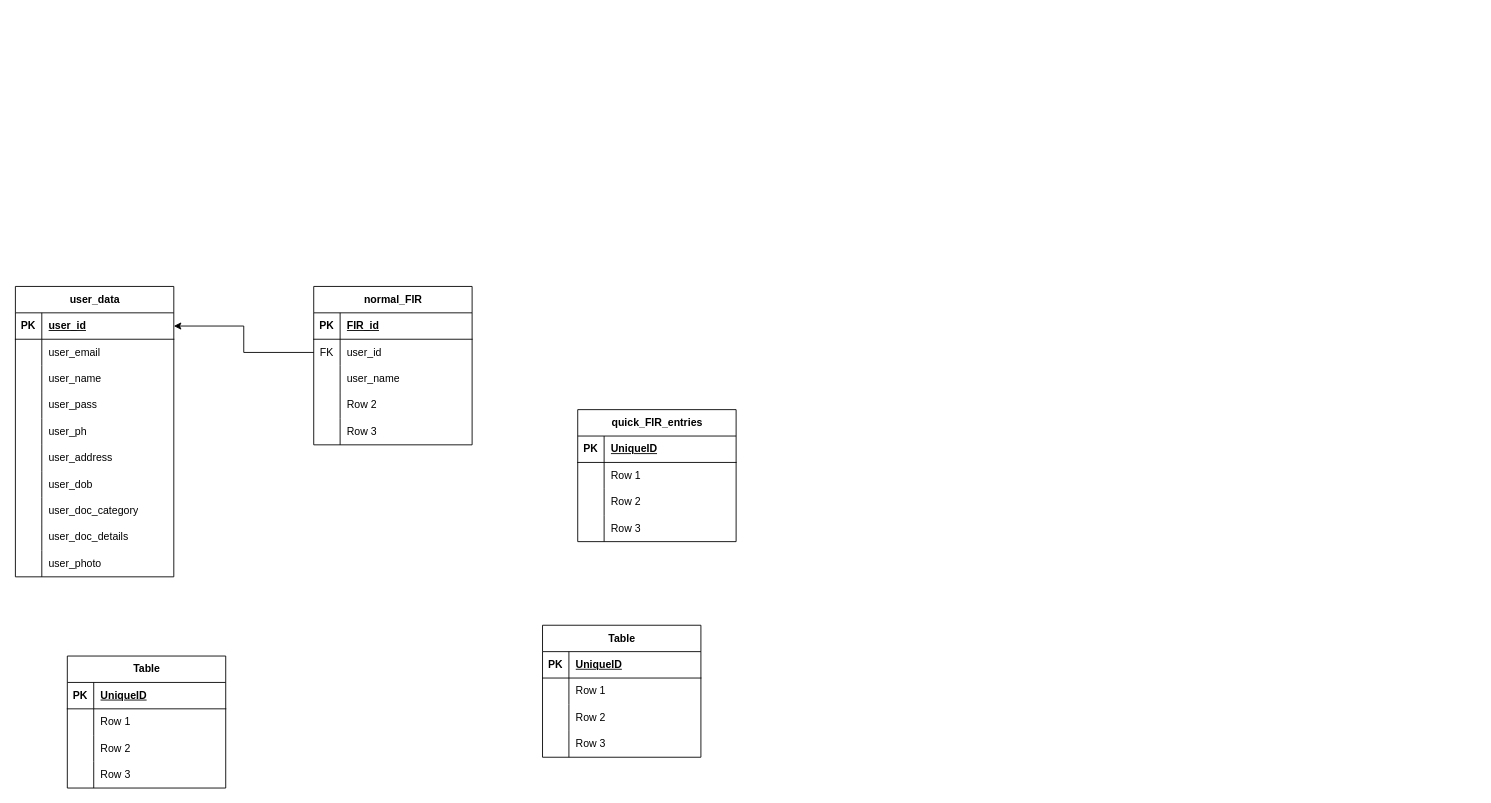
AKA-RONY/Minor_Project-demo-sketch keeps this draw.io diagram as erd_java_minor_project.drawio. Above is the earlier version. Source tidied: cells renumbered, new cells numbered last; positions are measured from the earlier drawing's top-left corner, leaving out a move shared by most shapes. Both pictures are drawn from the tidied source at 88%, with x=0, y=0 at pixel (15, 286).
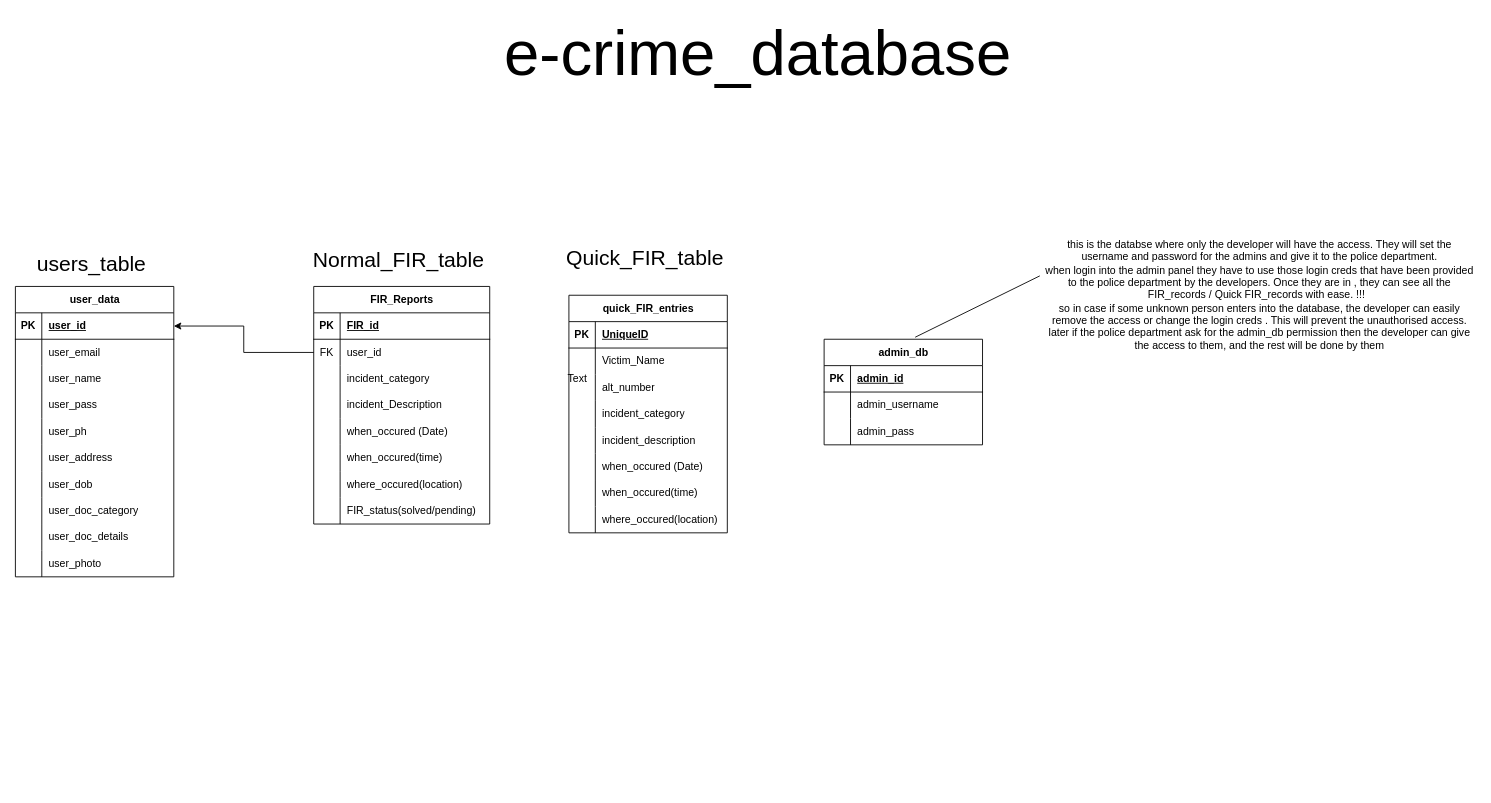
The same page after the edit.

Unchanged cells that the change refers to:
```xml
<mxCell id="37" style="shape=tableRow;horizontal=0;startSize=0;swimlaneHead=0;swimlaneBody=0;fillColor=none;top=0;left=0;right=0;bottom=0;" parent="33" vertex="1">
  <mxGeometry y="60" width="180" height="30" as="geometry" />
</mxCell>
<mxCell id="40" style="shape=tableRow;horizontal=0;startSize=0;swimlaneHead=0;swimlaneBody=0;fillColor=none;top=0;left=0;right=0;bottom=0;" parent="33" vertex="1">
  <mxGeometry y="90" width="180" height="30" as="geometry" />
</mxCell>
<mxCell id="43" style="shape=tableRow;horizontal=0;startSize=0;swimlaneHead=0;swimlaneBody=0;fillColor=none;top=0;left=0;right=0;bottom=0;" parent="33" vertex="1">
  <mxGeometry y="120" width="180" height="30" as="geometry" />
</mxCell>
<mxCell id="60" style="shape=tableRow;horizontal=0;startSize=0;swimlaneHead=0;swimlaneBody=0;fillColor=none;top=0;left=0;right=0;bottom=1;" parent="59" vertex="1">
  <mxGeometry y="30" width="180" height="30" as="geometry" />
</mxCell>
<mxCell id="63" style="shape=tableRow;horizontal=0;startSize=0;swimlaneHead=0;swimlaneBody=0;fillColor=none;top=0;left=0;right=0;bottom=0;" parent="59" vertex="1">
  <mxGeometry y="60" width="180" height="30" as="geometry" />
</mxCell>
<mxCell id="66" style="shape=tableRow;horizontal=0;startSize=0;swimlaneHead=0;swimlaneBody=0;fillColor=none;top=0;left=0;right=0;bottom=0;" parent="59" vertex="1">
  <mxGeometry y="90" width="180" height="30" as="geometry" />
</mxCell>
```

Diff of the diagram source:
```diff
@@
     <mxCell id="33" value="quick_FIR_entries" style="shape=table;startSize=30;childLayout=tableLayout;rowLines=0;fontStyle=1;align=center;html=1;" parent="1" vertex="1">
-      <mxGeometry x="639" y="140" width="180" height="150" as="geometry" />
+      <mxGeometry x="629" y="10" width="180" height="270" as="geometry" />
     </mxCell>
@@
-    <mxCell id="39" value="Row 1" style="shape=partialRectangle;fillColor=none;top=0;left=0;bottom=0;right=0;align=left;spacingLeft=6;overflow=hidden;whiteSpace=wrap;html=1;" parent="37" vertex="1">
+    <mxCell id="39" value="Victim_Name" style="shape=partialRectangle;fillColor=none;top=0;left=0;bottom=0;right=0;align=left;spacingLeft=6;overflow=hidden;whiteSpace=wrap;html=1;" parent="37" vertex="1">
       <mxGeometry x="30" width="150" height="30" as="geometry" />
     </mxCell>
@@
-    <mxCell id="42" value="Row 2" style="shape=partialRectangle;fillColor=none;top=0;left=0;bottom=0;right=0;align=left;spacingLeft=6;overflow=hidden;whiteSpace=wrap;html=1;" parent="40" vertex="1">
+    <mxCell id="42" value="alt_number" style="shape=partialRectangle;fillColor=none;top=0;left=0;bottom=0;right=0;align=left;spacingLeft=6;overflow=hidden;whiteSpace=wrap;html=1;" parent="40" vertex="1">
       <mxGeometry x="30" width="150" height="30" as="geometry" />
     </mxCell>
@@
-    <mxCell id="45" value="Row 3" style="shape=partialRectangle;fillColor=none;top=0;left=0;bottom=0;right=0;align=left;spacingLeft=6;overflow=hidden;whiteSpace=wrap;html=1;" parent="43" vertex="1">
+    <mxCell id="45" value="incident_category" style="shape=partialRectangle;fillColor=none;top=0;left=0;bottom=0;right=0;align=left;spacingLeft=6;overflow=hidden;whiteSpace=wrap;html=1;" parent="43" vertex="1">
       <mxGeometry x="30" width="150" height="30" as="geometry" />
     </mxCell>
-    <mxCell id="46" value="Table" style="shape=table;startSize=30;childLayout=tableLayout;rowLines=0;fontStyle=1;align=center;html=1;" parent="1" vertex="1">
-      <mxGeometry x="59" y="420" width="180" height="150" as="geometry" />
-    </mxCell>
-    <mxCell id="47" style="shape=tableRow;horizontal=0;startSize=0;swimlaneHead=0;swimlaneBody=0;fillColor=none;top=0;left=0;right=0;bottom=1;" parent="46" vertex="1">
-      <mxGeometry y="30" width="180" height="30" as="geometry" />
-    </mxCell>
-    <mxCell id="48" value="PK" style="shape=partialRectangle;fillColor=none;top=0;left=0;bottom=0;right=0;fontStyle=1;overflow=hidden;whiteSpace=wrap;html=1;" parent="47" vertex="1">
-      <mxGeometry width="30" height="30" as="geometry" />
-    </mxCell>
-    <mxCell id="49" value="UniqueID" style="shape=partialRectangle;fillColor=none;top=0;left=0;bottom=0;right=0;align=left;spacingLeft=6;fontStyle=5;overflow=hidden;whiteSpace=wrap;html=1;" parent="47" vertex="1">
-      <mxGeometry x="30" width="150" height="30" as="geometry" />
-    </mxCell>
-    <mxCell id="50" style="shape=tableRow;horizontal=0;startSize=0;swimlaneHead=0;swimlaneBody=0;fillColor=none;top=0;left=0;right=0;bottom=0;" parent="46" vertex="1">
-      <mxGeometry y="60" width="180" height="30" as="geometry" />
-    </mxCell>
-    <mxCell id="51" style="shape=partialRectangle;fillColor=none;top=0;left=0;bottom=0;right=0;overflow=hidden;whiteSpace=wrap;html=1;" parent="50" vertex="1">
-      <mxGeometry width="30" height="30" as="geometry" />
-    </mxCell>
-    <mxCell id="52" value="Row 1" style="shape=partialRectangle;fillColor=none;top=0;left=0;bottom=0;right=0;align=left;spacingLeft=6;overflow=hidden;whiteSpace=wrap;html=1;" parent="50" vertex="1">
-      <mxGeometry x="30" width="150" height="30" as="geometry" />
-    </mxCell>
-    <mxCell id="53" style="shape=tableRow;horizontal=0;startSize=0;swimlaneHead=0;swimlaneBody=0;fillColor=none;top=0;left=0;right=0;bottom=0;" parent="46" vertex="1">
-      <mxGeometry y="90" width="180" height="30" as="geometry" />
-    </mxCell>
-    <mxCell id="54" style="shape=partialRectangle;fillColor=none;top=0;left=0;bottom=0;right=0;overflow=hidden;whiteSpace=wrap;html=1;" parent="53" vertex="1">
-      <mxGeometry width="30" height="30" as="geometry" />
-    </mxCell>
-    <mxCell id="55" value="Row 2" style="shape=partialRectangle;fillColor=none;top=0;left=0;bottom=0;right=0;align=left;spacingLeft=6;overflow=hidden;whiteSpace=wrap;html=1;" parent="53" vertex="1">
-      <mxGeometry x="30" width="150" height="30" as="geometry" />
-    </mxCell>
-    <mxCell id="56" style="shape=tableRow;horizontal=0;startSize=0;swimlaneHead=0;swimlaneBody=0;fillColor=none;top=0;left=0;right=0;bottom=0;" parent="46" vertex="1">
-      <mxGeometry y="120" width="180" height="30" as="geometry" />
-    </mxCell>
-    <mxCell id="57" style="shape=partialRectangle;fillColor=none;top=0;left=0;bottom=0;right=0;overflow=hidden;whiteSpace=wrap;html=1;" parent="56" vertex="1">
-      <mxGeometry width="30" height="30" as="geometry" />
-    </mxCell>
-    <mxCell id="58" value="Row 3" style="shape=partialRectangle;fillColor=none;top=0;left=0;bottom=0;right=0;align=left;spacingLeft=6;overflow=hidden;whiteSpace=wrap;html=1;" parent="56" vertex="1">
-      <mxGeometry x="30" width="150" height="30" as="geometry" />
-    </mxCell>
+    <mxCell id="89" style="shape=tableRow;horizontal=0;startSize=0;swimlaneHead=0;swimlaneBody=0;fillColor=none;top=0;left=0;right=0;bottom=0;" parent="33" vertex="1">
+      <mxGeometry y="150" width="180" height="30" as="geometry" />
+    </mxCell>
+    <mxCell id="90" style="shape=partialRectangle;fillColor=none;top=0;left=0;bottom=0;right=0;overflow=hidden;whiteSpace=wrap;html=1;" parent="89" vertex="1">
+      <mxGeometry width="30" height="30" as="geometry" />
+    </mxCell>
+    <mxCell id="91" value="incident_description" style="shape=partialRectangle;fillColor=none;top=0;left=0;bottom=0;right=0;align=left;spacingLeft=6;overflow=hidden;whiteSpace=wrap;html=1;" parent="89" vertex="1">
+      <mxGeometry x="30" width="150" height="30" as="geometry" />
+    </mxCell>
+    <mxCell id="92" style="shape=tableRow;horizontal=0;startSize=0;swimlaneHead=0;swimlaneBody=0;fillColor=none;top=0;left=0;right=0;bottom=0;" parent="33" vertex="1">
+      <mxGeometry y="180" width="180" height="30" as="geometry" />
+    </mxCell>
+    <mxCell id="93" style="shape=partialRectangle;fillColor=none;top=0;left=0;bottom=0;right=0;overflow=hidden;whiteSpace=wrap;html=1;" parent="92" vertex="1">
+      <mxGeometry width="30" height="30" as="geometry" />
+    </mxCell>
+    <mxCell id="94" value="when_occured (Date)" style="shape=partialRectangle;fillColor=none;top=0;left=0;bottom=0;right=0;align=left;spacingLeft=6;overflow=hidden;whiteSpace=wrap;html=1;" parent="92" vertex="1">
+      <mxGeometry x="30" width="150" height="30" as="geometry" />
+    </mxCell>
+    <mxCell id="95" style="shape=tableRow;horizontal=0;startSize=0;swimlaneHead=0;swimlaneBody=0;fillColor=none;top=0;left=0;right=0;bottom=0;" parent="33" vertex="1">
+      <mxGeometry y="210" width="180" height="30" as="geometry" />
+    </mxCell>
+    <mxCell id="96" style="shape=partialRectangle;fillColor=none;top=0;left=0;bottom=0;right=0;overflow=hidden;whiteSpace=wrap;html=1;" parent="95" vertex="1">
+      <mxGeometry width="30" height="30" as="geometry" />
+    </mxCell>
+    <mxCell id="97" value="when_occured(time)" style="shape=partialRectangle;fillColor=none;top=0;left=0;bottom=0;right=0;align=left;spacingLeft=6;overflow=hidden;whiteSpace=wrap;html=1;" parent="95" vertex="1">
+      <mxGeometry x="30" width="150" height="30" as="geometry" />
+    </mxCell>
+    <mxCell id="98" style="shape=tableRow;horizontal=0;startSize=0;swimlaneHead=0;swimlaneBody=0;fillColor=none;top=0;left=0;right=0;bottom=0;" parent="33" vertex="1">
+      <mxGeometry y="240" width="180" height="30" as="geometry" />
+    </mxCell>
+    <mxCell id="99" style="shape=partialRectangle;fillColor=none;top=0;left=0;bottom=0;right=0;overflow=hidden;whiteSpace=wrap;html=1;" parent="98" vertex="1">
+      <mxGeometry width="30" height="30" as="geometry" />
+    </mxCell>
+    <mxCell id="100" value="where_occured(location)" style="shape=partialRectangle;fillColor=none;top=0;left=0;bottom=0;right=0;align=left;spacingLeft=6;overflow=hidden;whiteSpace=wrap;html=1;" parent="98" vertex="1">
+      <mxGeometry x="30" width="150" height="30" as="geometry" />
+    </mxCell>
-    <mxCell id="59" value="Table" style="shape=table;startSize=30;childLayout=tableLayout;rowLines=0;fontStyle=1;align=center;html=1;" parent="1" vertex="1">
-      <mxGeometry x="599" y="385" width="180" height="150" as="geometry" />
+    <mxCell id="59" value="admin_db" style="shape=table;startSize=30;childLayout=tableLayout;rowLines=0;fontStyle=1;align=center;html=1;" parent="1" vertex="1">
+      <mxGeometry x="919" y="60" width="180" height="120" as="geometry" />
     </mxCell>
@@
-    <mxCell id="62" value="UniqueID" style="shape=partialRectangle;fillColor=none;top=0;left=0;bottom=0;right=0;align=left;spacingLeft=6;fontStyle=5;overflow=hidden;whiteSpace=wrap;html=1;" parent="60" vertex="1">
+    <mxCell id="62" value="admin_id" style="shape=partialRectangle;fillColor=none;top=0;left=0;bottom=0;right=0;align=left;spacingLeft=6;fontStyle=5;overflow=hidden;whiteSpace=wrap;html=1;" parent="60" vertex="1">
       <mxGeometry x="30" width="150" height="30" as="geometry" />
     </mxCell>
@@
-    <mxCell id="65" value="Row 1" style="shape=partialRectangle;fillColor=none;top=0;left=0;bottom=0;right=0;align=left;spacingLeft=6;overflow=hidden;whiteSpace=wrap;html=1;" parent="63" vertex="1">
+    <mxCell id="65" value="admin_username" style="shape=partialRectangle;fillColor=none;top=0;left=0;bottom=0;right=0;align=left;spacingLeft=6;overflow=hidden;whiteSpace=wrap;html=1;" parent="63" vertex="1">
       <mxGeometry x="30" width="150" height="30" as="geometry" />
     </mxCell>
@@
-    <mxCell id="68" value="Row 2" style="shape=partialRectangle;fillColor=none;top=0;left=0;bottom=0;right=0;align=left;spacingLeft=6;overflow=hidden;whiteSpace=wrap;html=1;" parent="66" vertex="1">
+    <mxCell id="68" value="admin_pass" style="shape=partialRectangle;fillColor=none;top=0;left=0;bottom=0;right=0;align=left;spacingLeft=6;overflow=hidden;whiteSpace=wrap;html=1;" parent="66" vertex="1">
       <mxGeometry x="30" width="150" height="30" as="geometry" />
     </mxCell>
-    <mxCell id="69" style="shape=tableRow;horizontal=0;startSize=0;swimlaneHead=0;swimlaneBody=0;fillColor=none;top=0;left=0;right=0;bottom=0;" parent="59" vertex="1">
-      <mxGeometry y="120" width="180" height="30" as="geometry" />
-    </mxCell>
-    <mxCell id="70" style="shape=partialRectangle;fillColor=none;top=0;left=0;bottom=0;right=0;overflow=hidden;whiteSpace=wrap;html=1;" parent="69" vertex="1">
-      <mxGeometry width="30" height="30" as="geometry" />
-    </mxCell>
-    <mxCell id="71" value="Row 3" style="shape=partialRectangle;fillColor=none;top=0;left=0;bottom=0;right=0;align=left;spacingLeft=6;overflow=hidden;whiteSpace=wrap;html=1;" parent="69" vertex="1">
-      <mxGeometry x="30" width="150" height="30" as="geometry" />
-    </mxCell>
-    <mxCell id="72" value="normal_FIR" style="shape=table;startSize=30;childLayout=tableLayout;rowLines=0;fontStyle=1;align=center;html=1;" parent="1" vertex="1">
-      <mxGeometry x="339" width="180" height="180" as="geometry" />
+    <mxCell id="72" value="FIR_Reports" style="shape=table;startSize=30;childLayout=tableLayout;rowLines=0;fontStyle=1;align=center;html=1;" parent="1" vertex="1">
+      <mxGeometry x="339" width="200" height="270" as="geometry" />
     </mxCell>
     <mxCell id="73" style="shape=tableRow;horizontal=0;startSize=0;swimlaneHead=0;swimlaneBody=0;fillColor=none;top=0;left=0;right=0;bottom=1;" parent="72" vertex="1">
-      <mxGeometry y="30" width="180" height="30" as="geometry" />
+      <mxGeometry y="30" width="200" height="30" as="geometry" />
     </mxCell>
@@
     <mxCell id="75" value="FIR_id" style="shape=partialRectangle;fillColor=none;top=0;left=0;bottom=0;right=0;align=left;spacingLeft=6;fontStyle=5;overflow=hidden;whiteSpace=wrap;html=1;" parent="73" vertex="1">
-      <mxGeometry x="30" width="150" height="30" as="geometry" />
+      <mxGeometry x="30" width="170" height="30" as="geometry" />
     </mxCell>
     <mxCell id="76" style="shape=tableRow;horizontal=0;startSize=0;swimlaneHead=0;swimlaneBody=0;fillColor=none;points=[[0,0.5],[1,0.5]];portConstraint=eastwest;top=0;left=0;right=0;bottom=0;" parent="72" vertex="1">
-      <mxGeometry y="60" width="180" height="30" as="geometry" />
+      <mxGeometry y="60" width="200" height="30" as="geometry" />
     </mxCell>
@@
     <mxCell id="78" value="user_id" style="shape=partialRectangle;fillColor=none;top=0;left=0;bottom=0;right=0;align=left;spacingLeft=6;overflow=hidden;whiteSpace=wrap;html=1;" parent="76" vertex="1">
-      <mxGeometry x="30" width="150" height="30" as="geometry" />
+      <mxGeometry x="30" width="170" height="30" as="geometry" />
     </mxCell>
     <mxCell id="79" style="shape=tableRow;horizontal=0;startSize=0;swimlaneHead=0;swimlaneBody=0;fillColor=none;top=0;left=0;right=0;bottom=0;" parent="72" vertex="1">
-      <mxGeometry y="90" width="180" height="30" as="geometry" />
+      <mxGeometry y="90" width="200" height="30" as="geometry" />
     </mxCell>
@@
-    <mxCell id="81" value="user_name" style="shape=partialRectangle;fillColor=none;top=0;left=0;bottom=0;right=0;align=left;spacingLeft=6;overflow=hidden;whiteSpace=wrap;html=1;" parent="79" vertex="1">
-      <mxGeometry x="30" width="150" height="30" as="geometry" />
+    <mxCell id="81" value="incident_category" style="shape=partialRectangle;fillColor=none;top=0;left=0;bottom=0;right=0;align=left;spacingLeft=6;overflow=hidden;whiteSpace=wrap;html=1;" parent="79" vertex="1">
+      <mxGeometry x="30" width="170" height="30" as="geometry" />
     </mxCell>
     <mxCell id="82" style="shape=tableRow;horizontal=0;startSize=0;swimlaneHead=0;swimlaneBody=0;fillColor=none;top=0;left=0;right=0;bottom=0;" parent="72" vertex="1">
-      <mxGeometry y="120" width="180" height="30" as="geometry" />
+      <mxGeometry y="120" width="200" height="30" as="geometry" />
     </mxCell>
@@
-    <mxCell id="84" value="Row 2" style="shape=partialRectangle;fillColor=none;top=0;left=0;bottom=0;right=0;align=left;spacingLeft=6;overflow=hidden;whiteSpace=wrap;html=1;" parent="82" vertex="1">
-      <mxGeometry x="30" width="150" height="30" as="geometry" />
+    <mxCell id="84" value="incident_Description" style="shape=partialRectangle;fillColor=none;top=0;left=0;bottom=0;right=0;align=left;spacingLeft=6;overflow=hidden;whiteSpace=wrap;html=1;" parent="82" vertex="1">
+      <mxGeometry x="30" width="170" height="30" as="geometry" />
     </mxCell>
+    <mxCell id="101" style="shape=tableRow;horizontal=0;startSize=0;swimlaneHead=0;swimlaneBody=0;fillColor=none;top=0;left=0;right=0;bottom=0;" parent="72" vertex="1">
+      <mxGeometry y="150" width="200" height="30" as="geometry" />
+    </mxCell>
+    <mxCell id="102" style="shape=partialRectangle;fillColor=none;top=0;left=0;bottom=0;right=0;overflow=hidden;whiteSpace=wrap;html=1;" parent="101" vertex="1">
+      <mxGeometry width="30" height="30" as="geometry" />
+    </mxCell>
+    <mxCell id="103" value="when_occured (Date)" style="shape=partialRectangle;fillColor=none;top=0;left=0;bottom=0;right=0;align=left;spacingLeft=6;overflow=hidden;whiteSpace=wrap;html=1;" parent="101" vertex="1">
+      <mxGeometry x="30" width="170" height="30" as="geometry" />
+    </mxCell>
     <mxCell id="85" style="shape=tableRow;horizontal=0;startSize=0;swimlaneHead=0;swimlaneBody=0;fillColor=none;top=0;left=0;right=0;bottom=0;" parent="72" vertex="1">
-      <mxGeometry y="150" width="180" height="30" as="geometry" />
+      <mxGeometry y="180" width="200" height="30" as="geometry" />
     </mxCell>
@@
-    <mxCell id="87" value="Row 3" style="shape=partialRectangle;fillColor=none;top=0;left=0;bottom=0;right=0;align=left;spacingLeft=6;overflow=hidden;whiteSpace=wrap;html=1;" parent="85" vertex="1">
-      <mxGeometry x="30" width="150" height="30" as="geometry" />
+    <mxCell id="87" value="when_occured(time)" style="shape=partialRectangle;fillColor=none;top=0;left=0;bottom=0;right=0;align=left;spacingLeft=6;overflow=hidden;whiteSpace=wrap;html=1;" parent="85" vertex="1">
+      <mxGeometry x="30" width="170" height="30" as="geometry" />
     </mxCell>
+    <mxCell id="104" style="shape=tableRow;horizontal=0;startSize=0;swimlaneHead=0;swimlaneBody=0;fillColor=none;top=0;left=0;right=0;bottom=0;" parent="72" vertex="1">
+      <mxGeometry y="210" width="200" height="30" as="geometry" />
+    </mxCell>
+    <mxCell id="105" style="shape=partialRectangle;fillColor=none;top=0;left=0;bottom=0;right=0;overflow=hidden;whiteSpace=wrap;html=1;" parent="104" vertex="1">
+      <mxGeometry width="30" height="30" as="geometry" />
+    </mxCell>
+    <mxCell id="106" value="where_occured(location)" style="shape=partialRectangle;fillColor=none;top=0;left=0;bottom=0;right=0;align=left;spacingLeft=6;overflow=hidden;whiteSpace=wrap;html=1;" parent="104" vertex="1">
+      <mxGeometry x="30" width="170" height="30" as="geometry" />
+    </mxCell>
+    <mxCell id="107" style="shape=tableRow;horizontal=0;startSize=0;swimlaneHead=0;swimlaneBody=0;fillColor=none;top=0;left=0;right=0;bottom=0;" parent="72" vertex="1">
+      <mxGeometry y="240" width="200" height="30" as="geometry" />
+    </mxCell>
+    <mxCell id="108" style="shape=partialRectangle;fillColor=none;top=0;left=0;bottom=0;right=0;overflow=hidden;whiteSpace=wrap;html=1;" parent="107" vertex="1">
+      <mxGeometry width="30" height="30" as="geometry" />
+    </mxCell>
+    <mxCell id="109" value="FIR_status(solved/pending)" style="shape=partialRectangle;fillColor=none;top=0;left=0;bottom=0;right=0;align=left;spacingLeft=6;overflow=hidden;whiteSpace=wrap;html=1;" parent="107" vertex="1">
+      <mxGeometry x="30" width="170" height="30" as="geometry" />
+    </mxCell>
@@
+    <mxCell id="110" value="this is the databse where only the developer will have the access. They will set the username and password for the admins and give it to the police department.&lt;br&gt;when login into the admin panel they have to use those login creds that have been provided to the police department by the developers. Once they are in , they can see all the FIR_records / Quick FIR_records with ease. !!!&amp;nbsp;&amp;nbsp;&lt;br&gt;so in case if some unknown person enters into the database, the developer can easily remove the access or change the login creds . This will prevent the unauthorised access.&lt;br&gt;later if the police department ask for the admin_db permission then the developer can give the access to them, and the rest will be done by them" style="text;html=1;strokeColor=none;fillColor=none;align=center;verticalAlign=middle;whiteSpace=wrap;rounded=0;" parent="1" vertex="1">
+      <mxGeometry x="1169" y="-90" width="490" height="200" as="geometry" />
+    </mxCell>
+    <mxCell id="111" style="endArrow=none;html=1;rounded=0;exitX=0.575;exitY=-0.019;exitDx=0;exitDy=0;exitPerimeter=0;entryX=-0.01;entryY=0.39;entryDx=0;entryDy=0;entryPerimeter=0;" parent="1" edge="1" source="59" target="110">
+      <mxGeometry relative="1" as="geometry" />
+    </mxCell>
+    <mxCell id="112" value="Text" style="text;html=1;strokeColor=none;fillColor=none;align=center;verticalAlign=middle;whiteSpace=wrap;rounded=0;" parent="1" vertex="1">
+      <mxGeometry x="609" y="90" width="60" height="30" as="geometry" />
+    </mxCell>
+    <mxCell id="113" value="&lt;font style=&quot;font-size: 72px;&quot;&gt;e-crime_database&lt;/font&gt;" style="text;html=1;strokeColor=none;fillColor=none;align=center;verticalAlign=middle;whiteSpace=wrap;rounded=0;" parent="1" vertex="1">
+      <mxGeometry x="379" y="-280" width="930" height="30" as="geometry" />
+    </mxCell>
+    <mxCell id="114" value="&lt;font style=&quot;font-size: 24px;&quot;&gt;users_table&amp;nbsp;&lt;/font&gt;" style="text;html=1;strokeColor=none;fillColor=none;align=center;verticalAlign=middle;whiteSpace=wrap;rounded=0;" parent="1" vertex="1">
+      <mxGeometry x="30" y="-40" width="120" height="30" as="geometry" />
+    </mxCell>
+    <mxCell id="115" value="&lt;font style=&quot;font-size: 24px;&quot;&gt;Quick_FIR_table&amp;nbsp;&lt;/font&gt;" style="text;html=1;strokeColor=none;fillColor=none;align=center;verticalAlign=middle;whiteSpace=wrap;rounded=0;" parent="1" vertex="1">
+      <mxGeometry x="659" y="-45" width="120" height="25" as="geometry" />
+    </mxCell>
+    <mxCell id="116" value="&lt;font style=&quot;font-size: 24px;&quot;&gt;Normal_FIR_table&amp;nbsp;&lt;/font&gt;" style="text;html=1;strokeColor=none;fillColor=none;align=center;verticalAlign=middle;whiteSpace=wrap;rounded=0;" parent="1" vertex="1">
+      <mxGeometry x="379" y="-45" width="120" height="30" as="geometry" />
+    </mxCell>
```
